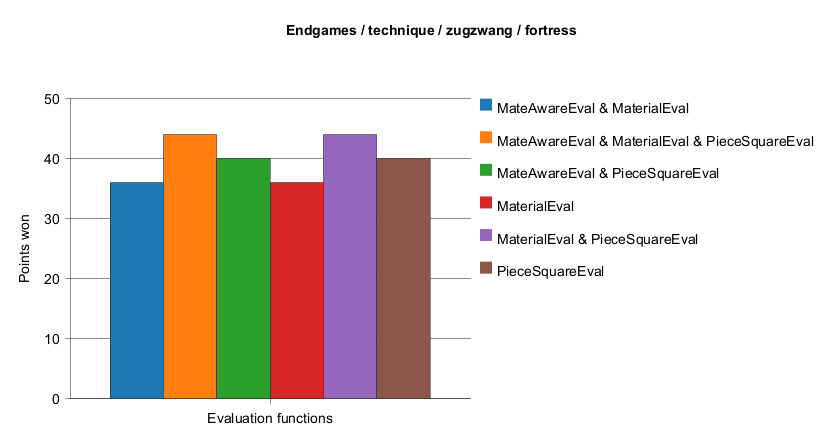
The PlantUML diagram docs/evaluation/report/movequality/EndgamesTechniqueZugzwangFortress.png in l2c0r3/blobfish, before a commit.
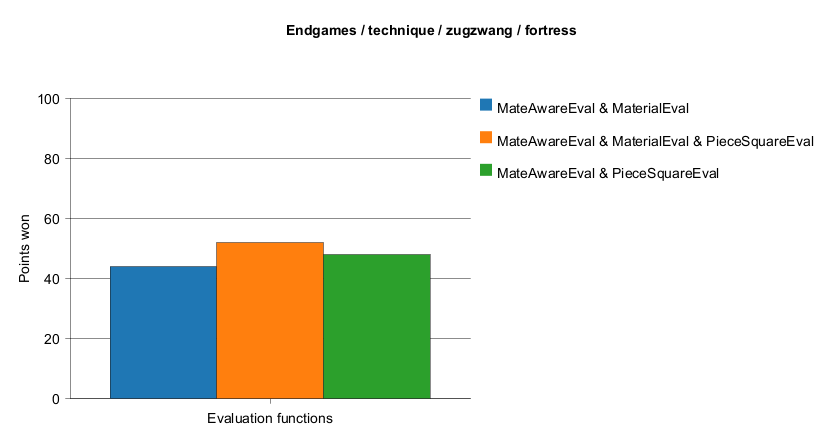
The same diagram one commit later.

The edit, as a diff of the source:
```diff
@@ -5,14 +5,11 @@
 end title
 
 h-axis [ Evaluation functions ]
-v-axis "Points won" 0 --> 50.0 spacing 10.0 grid
+v-axis "Points won" 0 --> 100.0 spacing 20.0 grid
 
-bar "MateAwareEval & MaterialEval"[ 36.0 ] #1F77B4
-bar "MateAwareEval & MaterialEval & PieceSquareEval"[ 44.0 ] #FF7F0E
-bar "MateAwareEval & PieceSquareEval"[ 40.0 ] #2CA02C
-bar "MaterialEval"[ 36.0 ] #D62728
-bar "MaterialEval & PieceSquareEval"[ 44.0 ] #9467BD
-bar "PieceSquareEval"[ 40.0 ] #8C564B
+bar "MateAwareEval & MaterialEval"[ 44.0 ] #1F77B4
+bar "MateAwareEval & MaterialEval & PieceSquareEval"[ 52.0 ] #FF7F0E
+bar "MateAwareEval & PieceSquareEval"[ 48.0 ] #2CA02C
 
 legend right
 @endchart
```
